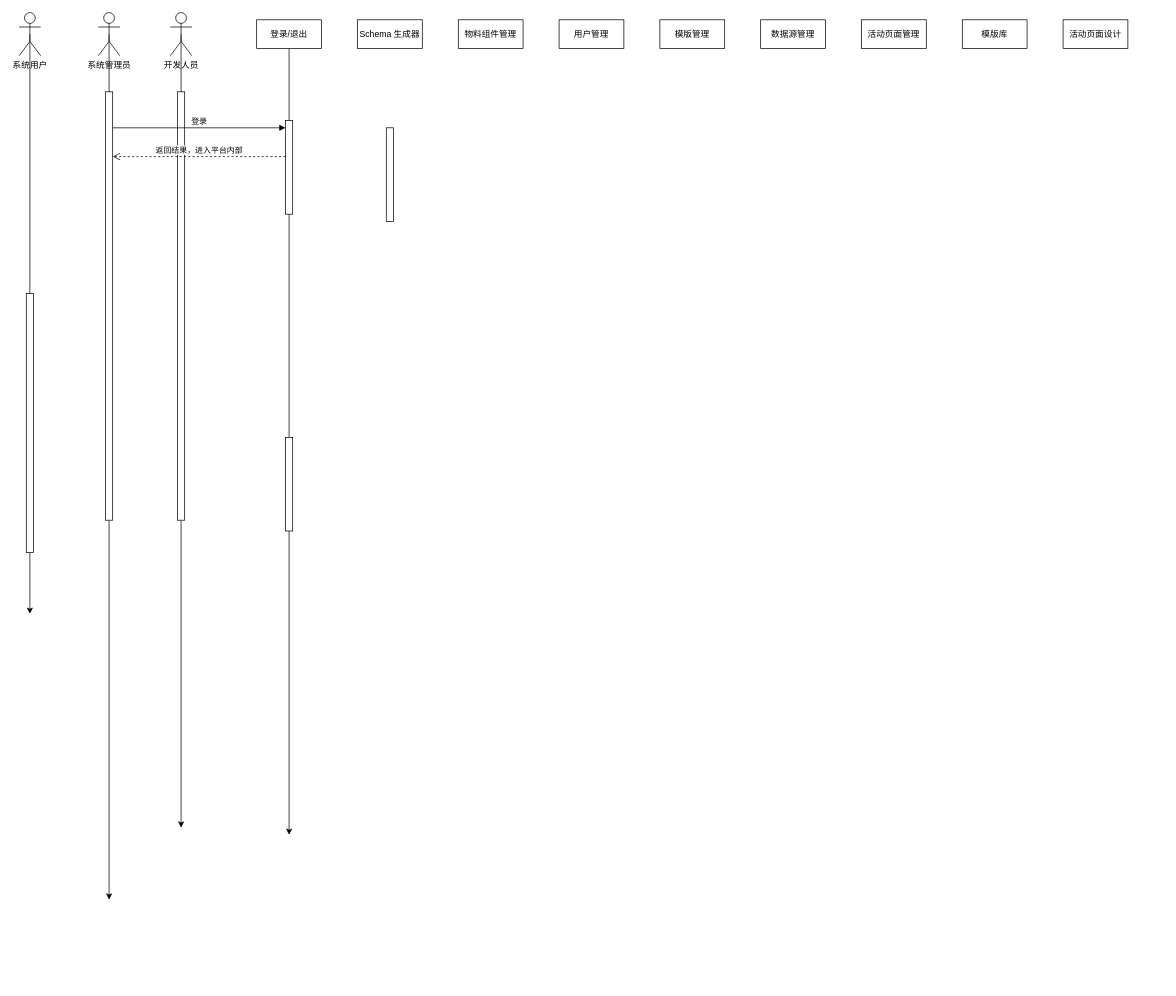
Earlier version of the draw.io diagram 框图的关系图.drawio (yuxinyu12345/diagrams). Source tidied: cells renumbered, new cells numbered last; positions are measured from the earlier drawing's top-left corner, leaving out a move shared by most shapes. Both pictures are drawn from the tidied source at 72%, with x=0, y=0 at pixel (19, 12).
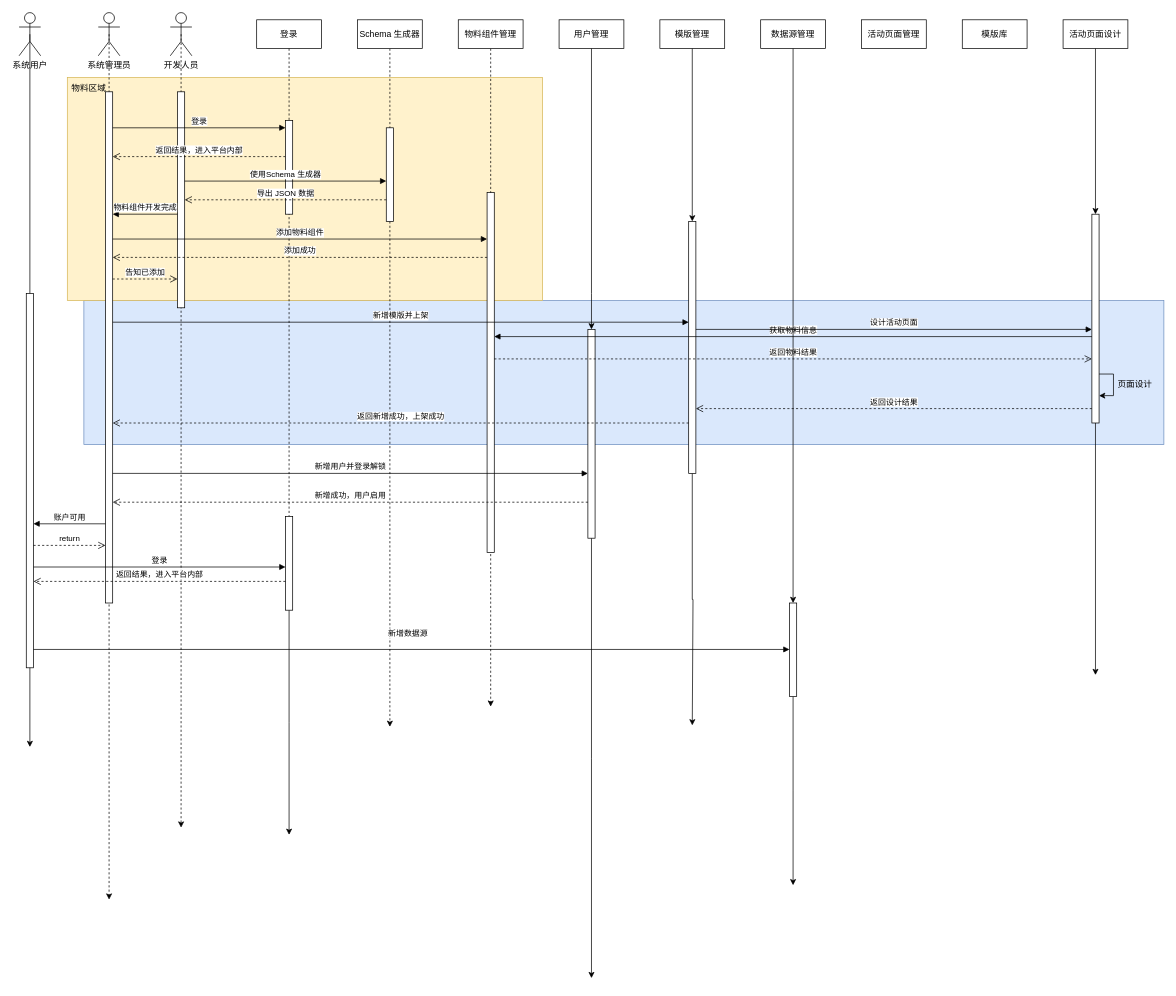
Above is the later version.

Commit message:
更新框图的关系图.drawio

The change refers to these unchanged cells:
```xml
<mxCell id="3" value="系统管理员" style="shape=umlActor;verticalLabelPosition=bottom;verticalAlign=top;html=1;outlineConnect=0;" parent="1" vertex="1">
  <mxGeometry x="110" width="30" height="60" as="geometry" />
</mxCell>
<mxCell id="5" value="开发人员" style="shape=umlActor;verticalLabelPosition=bottom;verticalAlign=top;html=1;outlineConnect=0;" parent="1" vertex="1">
  <mxGeometry x="210" width="30" height="60" as="geometry" />
</mxCell>
<mxCell id="9" value="系统用户" style="shape=umlActor;verticalLabelPosition=bottom;verticalAlign=top;html=1;outlineConnect=0;" parent="1" vertex="1">
  <mxGeometry width="30" height="60" as="geometry" />
</mxCell>
<mxCell id="10" value="Schema 生成器" style="rounded=0;whiteSpace=wrap;html=1;" parent="1" vertex="1">
  <mxGeometry x="470" y="10" width="90" height="40" as="geometry" />
</mxCell>
<mxCell id="11" value="物料组件管理" style="rounded=0;whiteSpace=wrap;html=1;" parent="1" vertex="1">
  <mxGeometry x="610" y="10" width="90" height="40" as="geometry" />
</mxCell>
<mxCell id="12" value="用户管理" style="rounded=0;whiteSpace=wrap;html=1;" parent="1" vertex="1">
  <mxGeometry x="750" y="10" width="90" height="40" as="geometry" />
</mxCell>
<mxCell id="13" value="模版管理" style="rounded=0;whiteSpace=wrap;html=1;" parent="1" vertex="1">
  <mxGeometry x="890" y="10" width="90" height="40" as="geometry" />
</mxCell>
<mxCell id="14" value="数据源管理" style="rounded=0;whiteSpace=wrap;html=1;" parent="1" vertex="1">
  <mxGeometry x="1030" y="10" width="90" height="40" as="geometry" />
</mxCell>
<mxCell id="17" value="活动页面设计" style="rounded=0;whiteSpace=wrap;html=1;" parent="1" vertex="1">
  <mxGeometry x="1450" y="10" width="90" height="40" as="geometry" />
</mxCell>
```

Diff of the diagram source:
```diff
@@
+    <mxCell id="27" style="rounded=0;whiteSpace=wrap;html=1;fillColor=#dae8fc;strokeColor=#6c8ebf;" parent="1" vertex="1">
+      <mxGeometry x="90" y="400" width="1500" height="200" as="geometry" />
+    </mxCell>
+    <mxCell id="28" style="rounded=0;whiteSpace=wrap;html=1;fillColor=#fff2cc;strokeColor=#d6b656;" parent="1" vertex="1">
+      <mxGeometry x="67" y="90" width="660" height="310" as="geometry" />
+    </mxCell>
-    <mxCell id="2" style="edgeStyle=orthogonalEdgeStyle;rounded=0;jettySize=auto;html=1;exitX=0.5;exitY=0.5;exitDx=0;exitDy=0;exitPerimeter=0;" parent="1" edge="1" source="3">
+    <mxCell id="2" style="edgeStyle=orthogonalEdgeStyle;rounded=0;jettySize=auto;html=1;exitX=0.5;exitY=0.5;exitDx=0;exitDy=0;exitPerimeter=0;dashed=1;" parent="1" edge="1" source="3">
       <mxGeometry relative="1" as="geometry">
         <mxPoint x="125" y="1232" as="targetPoint" />
       </mxGeometry>
     </mxCell>
@@
-    <mxCell id="4" style="edgeStyle=orthogonalEdgeStyle;rounded=0;jettySize=auto;html=1;exitX=0.5;exitY=0.5;exitDx=0;exitDy=0;exitPerimeter=0;" parent="1" edge="1" source="5">
+    <mxCell id="4" style="edgeStyle=orthogonalEdgeStyle;rounded=0;jettySize=auto;html=1;exitX=0.5;exitY=0.5;exitDx=0;exitDy=0;exitPerimeter=0;dashed=1;" parent="1" edge="1" source="5">
       <mxGeometry relative="1" as="geometry">
         <mxPoint x="225" y="1132" as="targetPoint" />
       </mxGeometry>
     </mxCell>
@@
-    <mxCell id="7" value="登录/退出" style="rounded=0;whiteSpace=wrap;html=1;" parent="1" vertex="1">
+    <mxCell id="7" value="登录" style="rounded=0;whiteSpace=wrap;html=1;" parent="1" vertex="1">
       <mxGeometry x="330" y="10" width="90" height="40" as="geometry" />
     </mxCell>
     <mxCell id="8" style="edgeStyle=orthogonalEdgeStyle;rounded=0;jettySize=auto;html=1;exitX=0.5;exitY=0.5;exitDx=0;exitDy=0;exitPerimeter=0;" parent="1" edge="1" source="9">
       <mxGeometry relative="1" as="geometry">
-        <mxPoint x="15" y="835" as="targetPoint" />
+        <mxPoint x="15" y="1020" as="targetPoint" />
       </mxGeometry>
     </mxCell>
@@
+    <mxCell id="29" style="edgeStyle=orthogonalEdgeStyle;rounded=0;jettySize=auto;html=1;exitX=0.5;exitY=1;exitDx=0;exitDy=0;dashed=1;" parent="1" edge="1" source="10">
+      <mxGeometry relative="1" as="geometry">
+        <mxPoint x="515" y="992" as="targetPoint" />
+      </mxGeometry>
+    </mxCell>
@@
+    <mxCell id="30" style="edgeStyle=orthogonalEdgeStyle;rounded=0;jettySize=auto;html=1;exitX=0.5;exitY=1;exitDx=0;exitDy=0;dashed=1;" parent="1" edge="1" source="11">
+      <mxGeometry relative="1" as="geometry">
+        <mxPoint x="655" y="964" as="targetPoint" />
+      </mxGeometry>
+    </mxCell>
@@
+    <mxCell id="31" style="edgeStyle=orthogonalEdgeStyle;rounded=0;jettySize=auto;html=1;exitX=0.5;exitY=1;exitDx=0;exitDy=0;" parent="1" edge="1" source="45">
+      <mxGeometry relative="1" as="geometry">
+        <mxPoint x="795" y="1341" as="targetPoint" />
+      </mxGeometry>
+    </mxCell>
@@
+    <mxCell id="32" style="edgeStyle=orthogonalEdgeStyle;rounded=0;jettySize=auto;html=1;" parent="1" edge="1" source="53">
+      <mxGeometry relative="1" as="geometry">
+        <mxPoint x="935" y="990" as="targetPoint" />
+        <Array as="points">
+          <mxPoint x="935" y="815" />
+          <mxPoint x="936" y="815" />
+        </Array>
+      </mxGeometry>
+    </mxCell>
@@
+    <mxCell id="33" style="edgeStyle=orthogonalEdgeStyle;rounded=0;jettySize=auto;html=1;exitX=0.5;exitY=1;exitDx=0;exitDy=0;" parent="1" edge="1" source="61">
+      <mxGeometry relative="1" as="geometry">
+        <mxPoint x="1075" y="1212" as="targetPoint" />
+      </mxGeometry>
+    </mxCell>
@@
+    <mxCell id="34" style="edgeStyle=orthogonalEdgeStyle;rounded=0;jettySize=auto;html=1;exitX=0.5;exitY=1;exitDx=0;exitDy=0;" parent="1" edge="1" source="43">
+      <mxGeometry relative="1" as="geometry">
+        <mxPoint x="1495" y="920" as="targetPoint" />
+      </mxGeometry>
+    </mxCell>
@@
     <mxCell id="18" style="html=1;perimeter=orthogonalPerimeter;targetShapes=umlLifeline;newEdgeStyle={&quot;curved&quot;:0,&quot;rounded&quot;:0};" parent="1" vertex="1">
-      <mxGeometry x="10" y="390" width="10" height="360" as="geometry" />
+      <mxGeometry x="10" y="390" width="10" height="520" as="geometry" />
     </mxCell>
     <mxCell id="19" style="html=1;perimeter=orthogonalPerimeter;targetShapes=umlLifeline;newEdgeStyle={&quot;curved&quot;:0,&quot;rounded&quot;:0};" parent="1" vertex="1">
-      <mxGeometry x="120" y="110" width="10" height="595" as="geometry" />
+      <mxGeometry x="120" y="110" width="10" height="710" as="geometry" />
     </mxCell>
     <mxCell id="20" style="html=1;points=[[0,0,0,0,5],[0,1,0,0,-5],[1,0,0,0,5],[1,1,0,0,-5]];perimeter=orthogonalPerimeter;outlineConnect=0;targetShapes=umlLifeline;portConstraint=eastwest;newEdgeStyle={&quot;curved&quot;:0,&quot;rounded&quot;:0};" parent="1" vertex="1">
-      <mxGeometry x="220" y="110" width="10" height="595" as="geometry" />
+      <mxGeometry x="220" y="110" width="10" height="300" as="geometry" />
     </mxCell>
@@
-    <mxCell id="23" style="edgeStyle=orthogonalEdgeStyle;rounded=0;jettySize=auto;html=1;exitX=0.5;exitY=1;exitDx=0;exitDy=0;endArrow=none;endFill=0;" parent="1" edge="1" source="7" target="25">
+    <mxCell id="23" style="edgeStyle=orthogonalEdgeStyle;rounded=0;jettySize=auto;html=1;exitX=0.5;exitY=1;exitDx=0;exitDy=0;endArrow=none;endFill=0;dashed=1;" parent="1" edge="1" source="7" target="25">
       <mxGeometry relative="1" as="geometry">
         <Array as="points">
           <mxPoint x="375" y="520" />
           <mxPoint x="375" y="520" />
         </Array>
       </mxGeometry>
     </mxCell>
@@
     <mxCell id="25" style="html=1;points=[[0,0,0,0,5],[0,1,0,0,-5],[1,0,0,0,5],[1,1,0,0,-5]];perimeter=orthogonalPerimeter;outlineConnect=0;targetShapes=umlLifeline;portConstraint=eastwest;newEdgeStyle={&quot;curved&quot;:0,&quot;rounded&quot;:0};" parent="1" vertex="1">
-      <mxGeometry x="370" y="590" width="10" height="130" as="geometry" />
+      <mxGeometry x="370" y="700" width="10" height="130" as="geometry" />
     </mxCell>
@@
+    <mxCell id="35" value="使用Schema 生成器" style="html=1;verticalAlign=bottom;endArrow=block;curved=0;rounded=0;" parent="1" edge="1">
+      <mxGeometry relative="1" as="geometry">
+        <mxPoint x="230" y="234" as="sourcePoint" />
+        <mxPoint x="510" y="234" as="targetPoint" />
+      </mxGeometry>
+    </mxCell>
+    <mxCell id="36" value="导出 JSON 数据" style="html=1;verticalAlign=bottom;endArrow=open;dashed=1;endSize=8;curved=0;rounded=0;" parent="1" edge="1">
+      <mxGeometry relative="1" as="geometry">
+        <mxPoint x="510" y="260" as="sourcePoint" />
+        <mxPoint x="230" y="260" as="targetPoint" />
+      </mxGeometry>
+    </mxCell>
+    <mxCell id="37" style="html=1;points=[[0,0,0,0,5],[0,1,0,0,-5],[1,0,0,0,5],[1,1,0,0,-5]];perimeter=orthogonalPerimeter;outlineConnect=0;targetShapes=umlLifeline;portConstraint=eastwest;newEdgeStyle={&quot;curved&quot;:0,&quot;rounded&quot;:0};" parent="1" vertex="1">
+      <mxGeometry x="650" y="250" width="10" height="500" as="geometry" />
+    </mxCell>
+    <mxCell id="38" value="物料组件开发完成" style="html=1;verticalAlign=bottom;endArrow=block;curved=0;rounded=0;" parent="1" edge="1">
+      <mxGeometry relative="1" as="geometry">
+        <mxPoint x="220" y="280" as="sourcePoint" />
+        <mxPoint x="130" y="280" as="targetPoint" />
+      </mxGeometry>
+    </mxCell>
+    <mxCell id="39" value="添加物料组件" style="html=1;verticalAlign=bottom;endArrow=block;curved=0;rounded=0;" parent="1" edge="1" target="37">
+      <mxGeometry relative="1" as="geometry">
+        <mxPoint x="130" y="314.5" as="sourcePoint" />
+      </mxGeometry>
+    </mxCell>
+    <mxCell id="40" value="添加成功" style="html=1;verticalAlign=bottom;endArrow=open;dashed=1;endSize=8;curved=0;rounded=0;exitX=0;exitY=1;exitDx=0;exitDy=-5;exitPerimeter=0;" parent="1" edge="1">
+      <mxGeometry relative="1" as="geometry">
+        <mxPoint x="650" y="340" as="sourcePoint" />
+        <mxPoint x="130" y="340" as="targetPoint" />
+      </mxGeometry>
+    </mxCell>
+    <mxCell id="41" value="告知已添加" style="html=1;verticalAlign=bottom;endArrow=open;dashed=1;endSize=8;curved=0;rounded=0;" parent="1" edge="1" target="20">
+      <mxGeometry relative="1" as="geometry">
+        <mxPoint x="130" y="370" as="sourcePoint" />
+      </mxGeometry>
+    </mxCell>
+    <mxCell id="42" style="edgeStyle=orthogonalEdgeStyle;rounded=0;jettySize=auto;html=1;exitX=0.5;exitY=1;exitDx=0;exitDy=0;" parent="1" edge="1" source="17" target="43">
+      <mxGeometry relative="1" as="geometry">
+        <Array as="points">
+          <mxPoint x="1495" y="300" />
+          <mxPoint x="1495" y="300" />
+        </Array>
+      </mxGeometry>
+    </mxCell>
+    <mxCell id="43" style="html=1;points=[[0,0,0,0,5],[0,1,0,0,-5],[1,0,0,0,5],[1,1,0,0,-5]];perimeter=orthogonalPerimeter;outlineConnect=0;targetShapes=umlLifeline;portConstraint=eastwest;newEdgeStyle={&quot;curved&quot;:0,&quot;rounded&quot;:0};" parent="1" vertex="1">
+      <mxGeometry x="1490" y="280" width="10" height="290" as="geometry" />
+    </mxCell>
+    <mxCell id="44" style="edgeStyle=orthogonalEdgeStyle;rounded=0;jettySize=auto;html=1;exitX=0.5;exitY=1;exitDx=0;exitDy=0;" parent="1" edge="1" source="12" target="45">
+      <mxGeometry relative="1" as="geometry">
+        <Array as="points">
+          <mxPoint x="795" y="390" />
+          <mxPoint x="795" y="390" />
+        </Array>
+      </mxGeometry>
+    </mxCell>
+    <mxCell id="45" style="html=1;points=[[0,0,0,0,5],[0,1,0,0,-5],[1,0,0,0,5],[1,1,0,0,-5]];perimeter=orthogonalPerimeter;outlineConnect=0;targetShapes=umlLifeline;portConstraint=eastwest;newEdgeStyle={&quot;curved&quot;:0,&quot;rounded&quot;:0};" parent="1" vertex="1">
+      <mxGeometry x="790" y="440" width="10" height="290" as="geometry" />
+    </mxCell>
+    <mxCell id="46" value="新增用户并登录解锁" style="html=1;verticalAlign=bottom;endArrow=block;curved=0;rounded=0;" parent="1" edge="1">
+      <mxGeometry relative="1" as="geometry">
+        <mxPoint x="130" y="640" as="sourcePoint" />
+        <mxPoint x="790" y="640" as="targetPoint" />
+      </mxGeometry>
+    </mxCell>
+    <mxCell id="47" value="新增成功，用户启用" style="html=1;verticalAlign=bottom;endArrow=open;dashed=1;endSize=8;curved=0;rounded=0;" parent="1" edge="1">
+      <mxGeometry relative="1" as="geometry">
+        <mxPoint x="790" y="680" as="sourcePoint" />
+        <mxPoint x="130" y="680" as="targetPoint" />
+        <Array as="points">
+          <mxPoint x="590" y="680" />
+        </Array>
+      </mxGeometry>
+    </mxCell>
+    <mxCell id="48" value="账户可用" style="html=1;verticalAlign=bottom;endArrow=block;curved=0;rounded=0;" parent="1" edge="1">
+      <mxGeometry relative="1" as="geometry">
+        <mxPoint x="120" y="710" as="sourcePoint" />
+        <mxPoint x="20" y="710" as="targetPoint" />
+      </mxGeometry>
+    </mxCell>
+    <mxCell id="49" value="return" style="html=1;verticalAlign=bottom;endArrow=open;dashed=1;endSize=8;curved=0;rounded=0;" parent="1" edge="1">
+      <mxGeometry relative="1" as="geometry">
+        <mxPoint x="20" y="740" as="sourcePoint" />
+        <mxPoint x="120" y="740" as="targetPoint" />
+      </mxGeometry>
+    </mxCell>
+    <mxCell id="50" value="登录" style="html=1;verticalAlign=bottom;endArrow=block;curved=0;rounded=0;" parent="1" edge="1">
+      <mxGeometry relative="1" as="geometry">
+        <mxPoint x="20" y="770" as="sourcePoint" />
+        <mxPoint x="370" y="770" as="targetPoint" />
+      </mxGeometry>
+    </mxCell>
+    <mxCell id="51" value="返回结果，进入平台内部" style="html=1;verticalAlign=bottom;endArrow=open;dashed=1;endSize=8;curved=0;rounded=0;" parent="1" edge="1">
+      <mxGeometry relative="1" as="geometry">
+        <mxPoint x="370" y="790" as="sourcePoint" />
+        <mxPoint x="20" y="790" as="targetPoint" />
+      </mxGeometry>
+    </mxCell>
+    <mxCell id="52" style="edgeStyle=orthogonalEdgeStyle;rounded=0;jettySize=auto;html=1;exitX=0.5;exitY=1;exitDx=0;exitDy=0;" parent="1" edge="1" source="13" target="53">
+      <mxGeometry relative="1" as="geometry">
+        <Array as="points">
+          <mxPoint x="935" y="270" />
+          <mxPoint x="935" y="270" />
+        </Array>
+      </mxGeometry>
+    </mxCell>
+    <mxCell id="53" style="html=1;points=[[0,0,0,0,5],[0,1,0,0,-5],[1,0,0,0,5],[1,1,0,0,-5]];perimeter=orthogonalPerimeter;outlineConnect=0;targetShapes=umlLifeline;portConstraint=eastwest;newEdgeStyle={&quot;curved&quot;:0,&quot;rounded&quot;:0};" parent="1" vertex="1">
+      <mxGeometry x="930" y="290" width="10" height="350" as="geometry" />
+    </mxCell>
+    <mxCell id="54" value="新增模版并上架" style="html=1;verticalAlign=bottom;endArrow=block;curved=0;rounded=0;" parent="1" edge="1">
+      <mxGeometry relative="1" as="geometry">
+        <mxPoint x="130" y="430" as="sourcePoint" />
+        <mxPoint x="930" y="430" as="targetPoint" />
+      </mxGeometry>
+    </mxCell>
+    <mxCell id="55" value="获取物料信息" style="html=1;verticalAlign=bottom;endArrow=block;curved=0;rounded=0;" parent="1" edge="1">
+      <mxGeometry relative="1" as="geometry">
+        <mxPoint x="1490" y="450" as="sourcePoint" />
+        <mxPoint x="660" y="450" as="targetPoint" />
+      </mxGeometry>
+    </mxCell>
+    <mxCell id="56" value="返回物料结果" style="html=1;verticalAlign=bottom;endArrow=open;dashed=1;endSize=8;curved=0;rounded=0;" parent="1" edge="1">
+      <mxGeometry relative="1" as="geometry">
+        <mxPoint x="660" y="481" as="sourcePoint" />
+        <mxPoint x="1490" y="481" as="targetPoint" />
+      </mxGeometry>
+    </mxCell>
+    <mxCell id="57" value="设计活动页面" style="html=1;verticalAlign=bottom;endArrow=block;curved=0;rounded=0;" parent="1" edge="1">
+      <mxGeometry relative="1" as="geometry">
+        <mxPoint x="940" y="440" as="sourcePoint" />
+        <mxPoint x="1490" y="440" as="targetPoint" />
+      </mxGeometry>
+    </mxCell>
+    <mxCell id="58" value="返回设计结果" style="html=1;verticalAlign=bottom;endArrow=open;dashed=1;endSize=8;curved=0;rounded=0;" parent="1" edge="1">
+      <mxGeometry relative="1" as="geometry">
+        <mxPoint x="1490" y="550" as="sourcePoint" />
+        <mxPoint x="940" y="550" as="targetPoint" />
+      </mxGeometry>
+    </mxCell>
+    <mxCell id="59" value="返回新增成功，上架成功" style="html=1;verticalAlign=bottom;endArrow=open;dashed=1;endSize=8;curved=0;rounded=0;" parent="1" edge="1">
+      <mxGeometry relative="1" as="geometry">
+        <mxPoint x="930" y="570" as="sourcePoint" />
+        <mxPoint x="130" y="570" as="targetPoint" />
+      </mxGeometry>
+    </mxCell>
+    <mxCell id="60" style="edgeStyle=orthogonalEdgeStyle;rounded=0;jettySize=auto;html=1;exitX=0.5;exitY=1;exitDx=0;exitDy=0;" parent="1" edge="1" source="14" target="61">
+      <mxGeometry relative="1" as="geometry">
+        <Array as="points">
+          <mxPoint x="1075" y="600" />
+          <mxPoint x="1075" y="600" />
+        </Array>
+      </mxGeometry>
+    </mxCell>
+    <mxCell id="61" style="html=1;points=[[0,0,0,0,5],[0,1,0,0,-5],[1,0,0,0,5],[1,1,0,0,-5]];perimeter=orthogonalPerimeter;outlineConnect=0;targetShapes=umlLifeline;portConstraint=eastwest;newEdgeStyle={&quot;curved&quot;:0,&quot;rounded&quot;:0};" parent="1" vertex="1">
+      <mxGeometry x="1070" y="820" width="10" height="130" as="geometry" />
+    </mxCell>
+    <mxCell id="62" value="新增数据源" style="html=1;verticalAlign=bottom;endArrow=block;curved=0;rounded=0;" parent="1" edge="1" target="61">
+      <mxGeometry x="-0.01" y="15" relative="1" as="geometry">
+        <mxPoint x="20" y="884.5" as="sourcePoint" />
+        <mxPoint y="1" as="offset" />
+      </mxGeometry>
+    </mxCell>
+    <mxCell id="63" style="endArrow=classic;html=1;rounded=0;" parent="1" edge="1">
+      <mxGeometry relative="1" as="geometry">
+        <mxPoint x="1500" y="502" as="sourcePoint" />
+        <mxPoint x="1500" y="532" as="targetPoint" />
+        <Array as="points">
+          <mxPoint x="1520" y="502" />
+          <mxPoint x="1520" y="532" />
+        </Array>
+      </mxGeometry>
+    </mxCell>
+    <mxCell id="64" value="页面设计" style="text;html=1;align=center;verticalAlign=middle;whiteSpace=wrap;rounded=0;" parent="1" vertex="1">
+      <mxGeometry x="1520" y="502" width="60" height="30" as="geometry" />
+    </mxCell>
+    <mxCell id="65" value="物料区域" style="text;html=1;align=center;verticalAlign=middle;whiteSpace=wrap;rounded=0;" parent="1" vertex="1">
+      <mxGeometry x="67" y="90" width="60" height="30" as="geometry" />
+    </mxCell>
```
